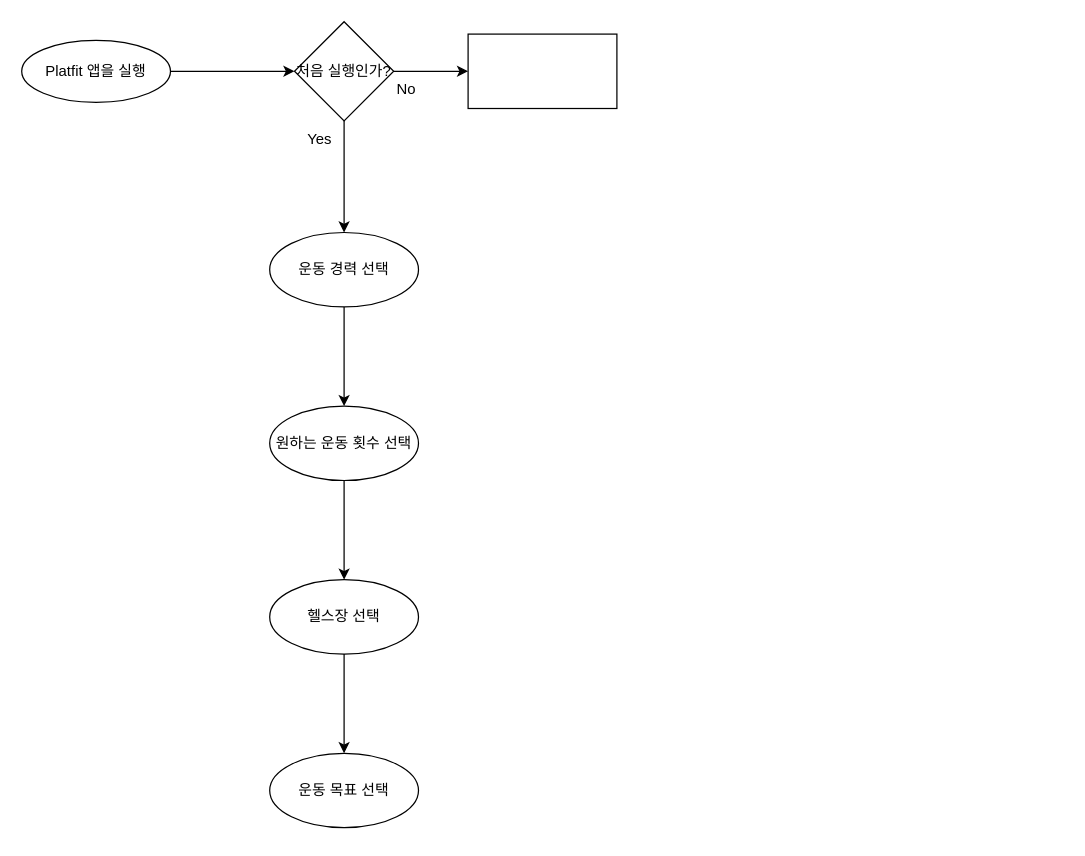
Above: 제목 없는 다이어그램.drawio in hkseo98/airbnb_ui_flutter (draw.io), before the change. Source tidied: cells renumbered, new cells numbered last; positions are measured from the earlier drawing's top-left corner, leaving out a move shared by most shapes. Both pictures are drawn from the tidied source at 124%, with x=0, y=0 at pixel (21, 21).
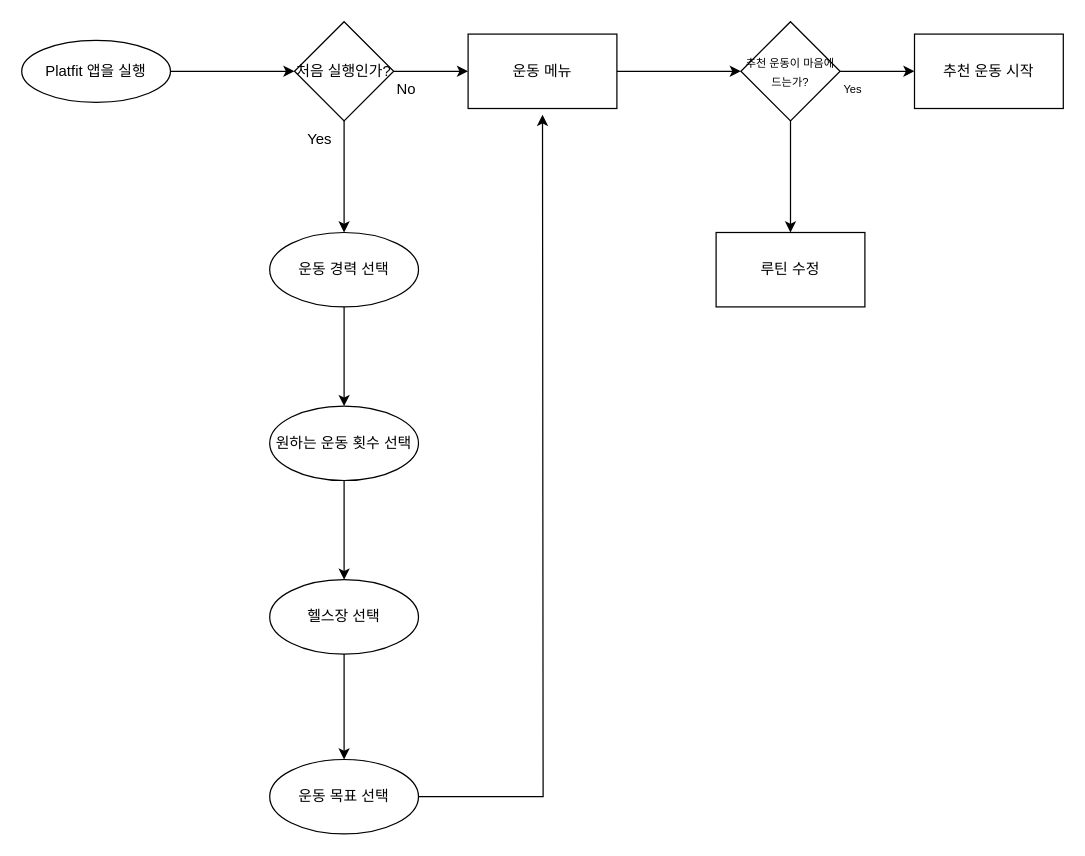
Above is the later version.

Commit message (it also covers changes not shown here):
제목 없는 다이어그램.drawio 업데이트

The edit, as a diff of the source:
```diff
@@
+    <mxCell id="17" style="edgeStyle=orthogonalEdgeStyle;rounded=0;jettySize=auto;html=1;" parent="1" edge="1" source="13">
+      <mxGeometry relative="1" as="geometry">
+        <mxPoint x="420" y="75" as="targetPoint" />
+      </mxGeometry>
+    </mxCell>
     <mxCell id="13" value="운동 목표 선택" style="ellipse;whiteSpace=wrap;html=1;" parent="1" vertex="1">
-      <mxGeometry x="200" y="590" width="120" height="60" as="geometry" />
+      <mxGeometry x="200" y="595" width="120" height="60" as="geometry" />
     </mxCell>
@@
+    <mxCell id="18" style="edgeStyle=orthogonalEdgeStyle;rounded=0;jettySize=auto;html=1;" parent="1" edge="1" source="15" target="21">
+      <mxGeometry relative="1" as="geometry" />
+    </mxCell>
-    <mxCell id="15" style="whiteSpace=wrap;html=1;" parent="1" vertex="1">
+    <mxCell id="15" value="운동 메뉴" style="whiteSpace=wrap;html=1;" parent="1" vertex="1">
       <mxGeometry x="360" y="10" width="120" height="60" as="geometry" />
     </mxCell>
@@
+    <mxCell id="19" style="edgeStyle=orthogonalEdgeStyle;rounded=0;jettySize=auto;html=1;fontSize=9;" parent="1" edge="1" source="21" target="22">
+      <mxGeometry relative="1" as="geometry" />
+    </mxCell>
+    <mxCell id="20" style="edgeStyle=orthogonalEdgeStyle;rounded=0;jettySize=auto;html=1;fontSize=9;" parent="1" edge="1" source="21" target="24">
+      <mxGeometry relative="1" as="geometry" />
+    </mxCell>
+    <mxCell id="21" value="&lt;font style=&quot;font-size: 9px;&quot;&gt;추천 운동이 마음에 드는가?&lt;/font&gt;" style="rhombus;whiteSpace=wrap;html=1;" parent="1" vertex="1">
+      <mxGeometry x="580" width="80" height="80" as="geometry" />
+    </mxCell>
+    <mxCell id="22" value="추천 운동 시작" style="whiteSpace=wrap;html=1;" parent="1" vertex="1">
+      <mxGeometry x="720" y="10" width="120" height="60" as="geometry" />
+    </mxCell>
+    <mxCell id="23" value="Yes" style="text;html=1;align=center;verticalAlign=middle;strokeColor=none;fillColor=none;fontSize=9;" parent="1" vertex="1">
+      <mxGeometry x="650" y="40" width="40" height="30" as="geometry" />
+    </mxCell>
+    <mxCell id="24" value="루틴 수정" style="whiteSpace=wrap;html=1;" parent="1" vertex="1">
+      <mxGeometry x="560" y="170" width="120" height="60" as="geometry" />
+    </mxCell>
```
